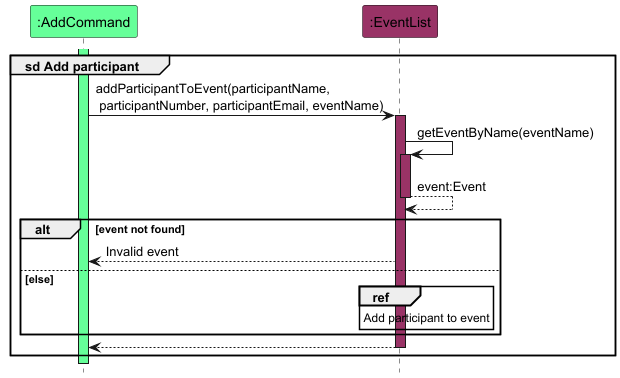
This is docs/images/AddParticipantSequenceDiagram.png from nus-cs2113-AY2425S1/tp, a PlantUML export, as it was before one commit.
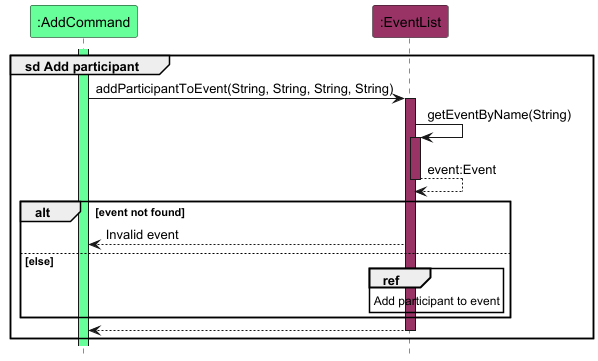
The same diagram one commit later.

What changed in the source:
```diff
@@ -7,10 +7,10 @@
 
 group sd Add participant
     activate command COMMAND_COLOUR
-    command -> eventList : addParticipantToEvent(participantName,\n participantNumber, participantEmail, eventName)
+    command -> eventList : addParticipantToEvent(String, String, String, String)
     activate eventList EVENT_COLOUR
 
-    eventList -> eventList : getEventByName(eventName)
+    eventList -> eventList : getEventByName(String)
     activate eventList EVENT_COLOUR
 
     return event:Event
```
